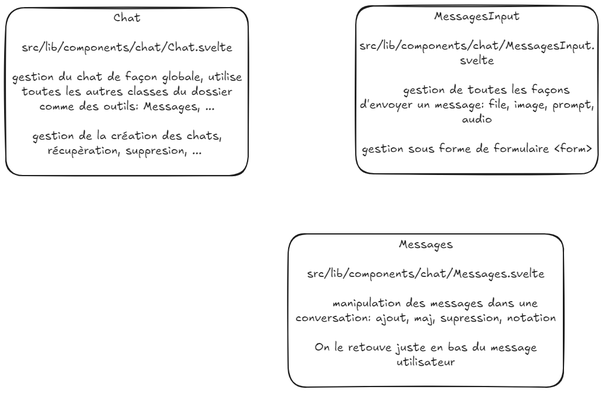
This is docs/diagram.excalidraw.png from Florian-BARRE/open-webui-confidentiality, a Excalidraw export, as it was before one commit. Source tidied: one line per element, renumbered; positions are measured from the earlier drawing's top-left corner, leaving out a move shared by most shapes.
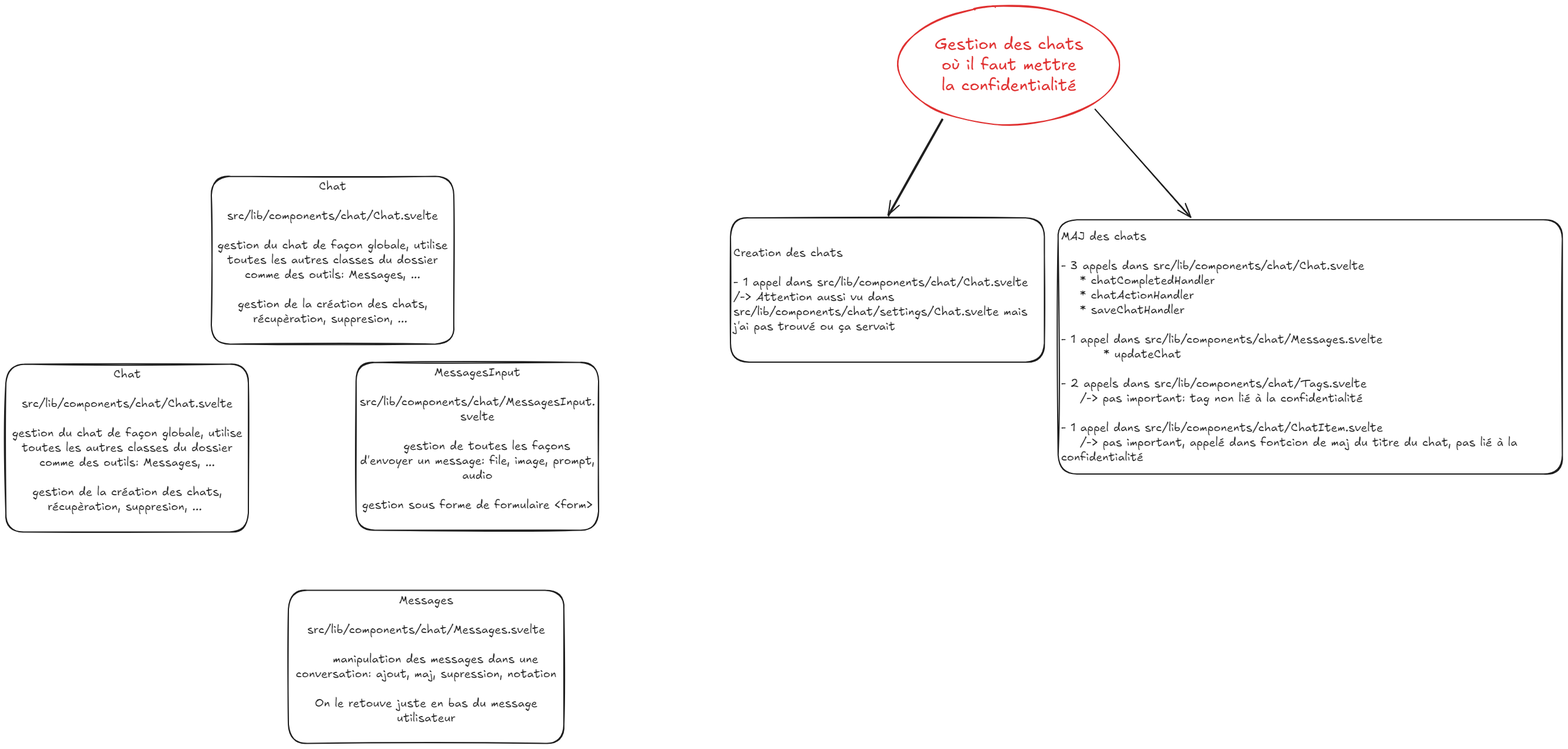
Above is the later version.

Diff of the diagram source:
```diff
@@ -4,3 +4,11 @@
 {"id": 3, "type": "text", "text": "MessagesInput\n\nsrc/lib/components/chat/MessagesInput.\nsvelte\n\n    gestion de toutes les façons\nd'envoyer un message: file, image, prompt,\naudio\n\ngestion sous forme de formulaire <form>\n", "strokeColor": "#1e1e1e", "strokeWidth": 2, "roughness": 1, "fontSize": 20, "fontFamily": 5, "textAlign": "center", "verticalAlign": "middle", "inside": 2, "x": 601, "y": 5, "width": 400, "height": 275}
 {"id": 4, "type": "rectangle", "strokeColor": "#1e1e1e", "strokeWidth": 2, "roughness": 1, "round": true, "x": 480, "y": 387, "width": 468, "height": 260}
 {"id": 5, "type": "text", "text": "Messages\n\nsrc/lib/components/chat/Messages.svelte\n\n    manipulation des messages dans une\nconversation: ajout, maj, supression, notation\n\nOn le retouve juste en bas du message\nutilisateur\n", "strokeColor": "#1e1e1e", "strokeWidth": 2, "roughness": 1, "fontSize": 20, "fontFamily": 5, "textAlign": "center", "verticalAlign": "middle", "inside": 4, "x": 493, "y": 392, "width": 443, "height": 250}
+{"id": 6, "type": "rectangle", "strokeColor": "#1e1e1e", "strokeWidth": 2, "roughness": 1, "round": true, "x": 1231, "y": -245, "width": 533, "height": 245}
+{"id": 7, "type": "text", "text": "Creation des chats\n\n- 1 appel dans src/lib/components/chat/Chat.svelte\n/-> Attention aussi vu dans\nsrc/lib/components/chat/settings/Chat.svelte mais\nj'ai pas trouvé ou ça servait ", "strokeColor": "#1e1e1e", "strokeWidth": 2, "roughness": 1, "fontSize": 20, "fontFamily": 5, "verticalAlign": "middle", "inside": 6, "x": 1236, "y": -198, "width": 501, "height": 150}
+{"id": 8, "type": "rectangle", "strokeColor": "#1e1e1e", "strokeWidth": 2, "roughness": 1, "round": true, "x": 1788, "y": -242, "width": 857, "height": 432}
+{"id": 9, "type": "text", "text": "MAJ des chats\n\n- 3 appels dans src/lib/components/chat/Chat.svelte\n    * chatCompletedHandler\n    * chatActionHandler\n    * saveChatHandler\n\n- 1 appel dans src/lib/components/chat/Messages.svelte\n         * updateChat\n\n- 2 appels dans src/lib/components/chat/Tags.svelte\n    /-> pas important: tag non lié à la confidentialité\n\n- 1 appel dans src/lib/components/chat/ChatItem.svelte\n    /-> pas important, appelé dans fontcion de maj du titre du chat, pas lié à la\nconfidentialité", "strokeColor": "#1e1e1e", "strokeWidth": 2, "roughness": 1, "fontSize": 20, "fontFamily": 5, "verticalAlign": "middle", "inside": 8, "x": 1793, "y": -226, "width": 775, "height": 400}
+{"id": 10, "type": "ellipse", "strokeColor": "#e03131", "strokeWidth": 2, "roughness": 1, "round": true, "x": 1516, "y": -605, "width": 377, "height": 202}
+{"id": 11, "type": "text", "text": "Gestion des chats\noù il faut mettre\nla confidentialité", "strokeColor": "#e03131", "strokeWidth": 2, "roughness": 1, "fontSize": 28, "fontFamily": 5, "textAlign": "center", "verticalAlign": "middle", "inside": 10, "x": 1578, "y": -557, "width": 252, "height": 105}
+{"id": 12, "type": "arrow", "strokeColor": "#1e1e1e", "strokeWidth": 2, "roughness": 1, "endArrowhead": "arrow", "round": true, "from": 10, "to": 6, "x": 1592, "y": -412, "width": 92, "height": 163, "points": [[0, 0], [-92, 163]]}
+{"id": 13, "type": "arrow", "strokeColor": "#1e1e1e", "strokeWidth": 2, "roughness": 1, "endArrowhead": "arrow", "round": true, "from": 10, "to": 8, "x": 1851, "y": -429, "width": 160, "height": 181, "points": [[0, 0], [160, 181]]}
```
